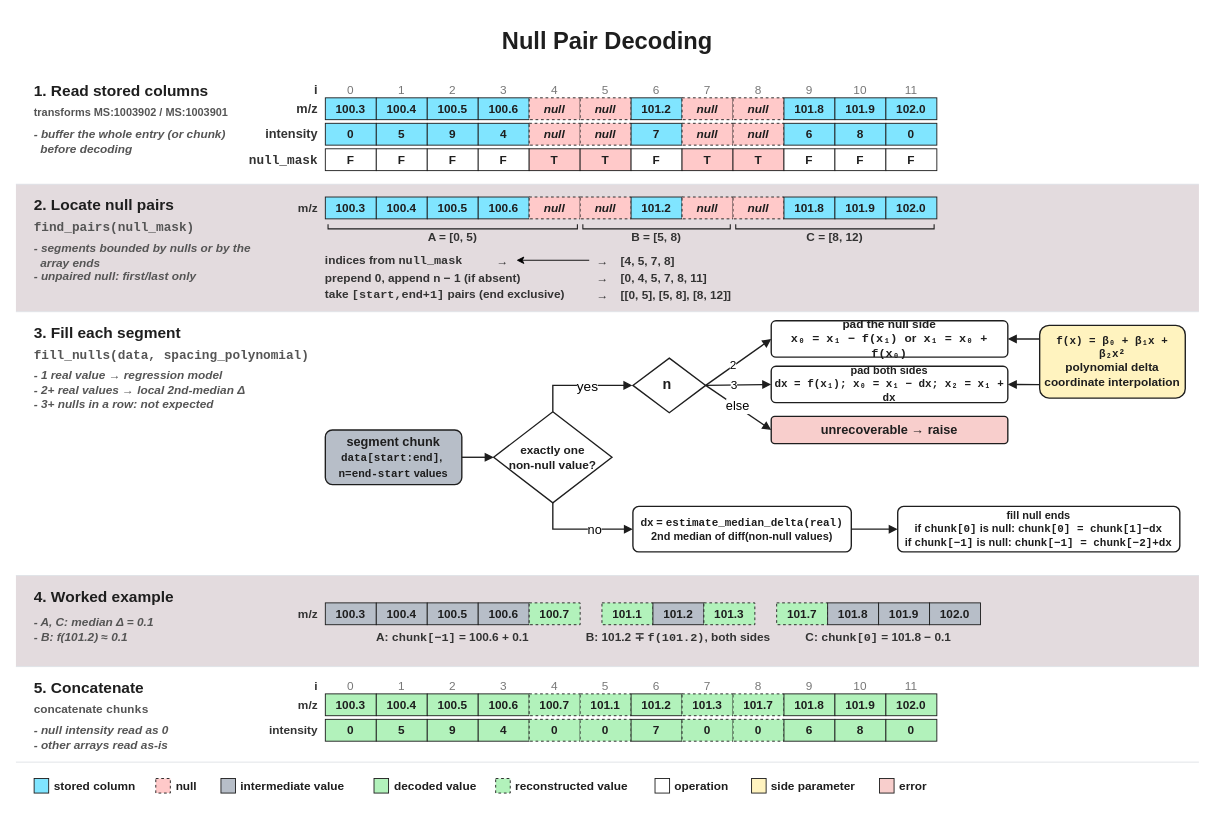
Earlier version of the draw.io diagram docs/assets/img/null_marking_decoding.drawio (HUPO-PSI/mzPeak-specification). Source tidied: cells renumbered, new cells numbered last; positions are measured from the earlier drawing's top-left corner, leaving out a move shared by most shapes. Both pictures are drawn from the tidied source at 91%, with x=0, y=0 at pixel (15, 15).
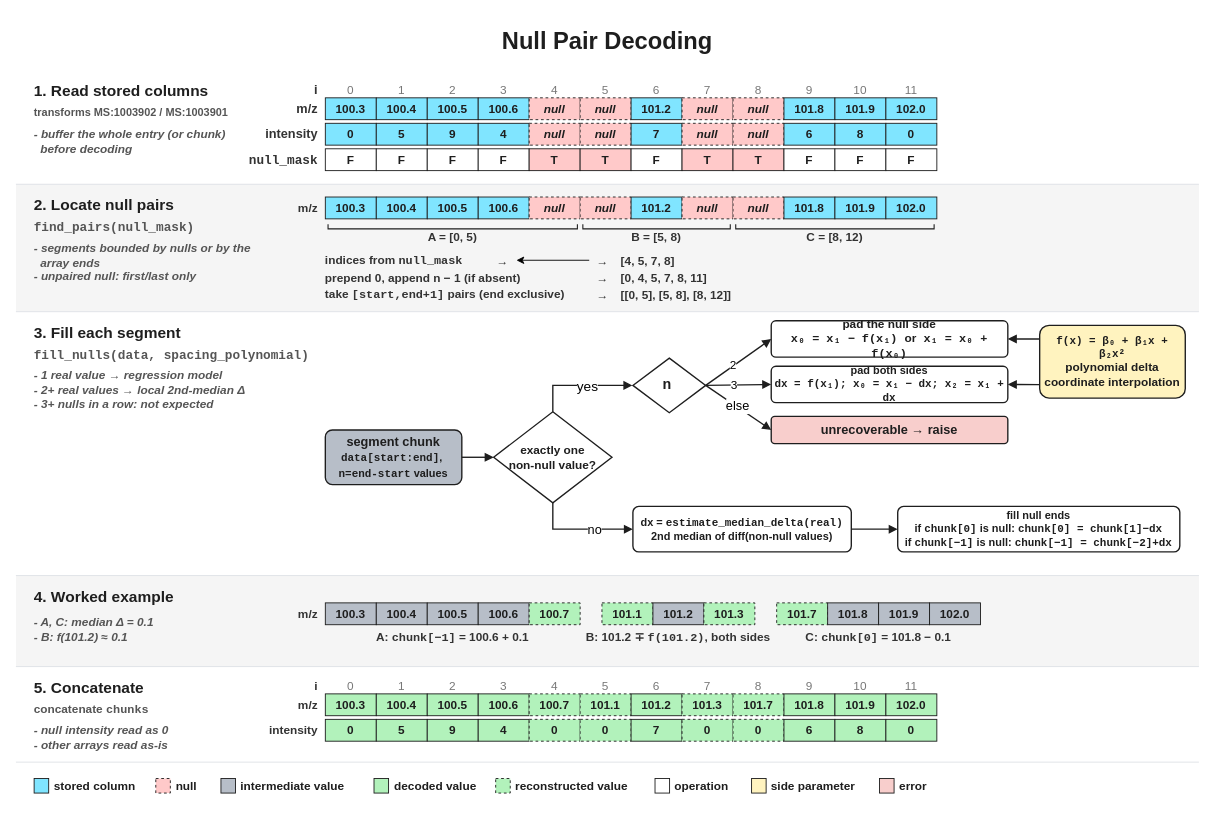
After the change.

The edit, as a diff of the source:
```diff
@@
-    <mxCell id="4" style="rounded=0;whiteSpace=wrap;html=1;fillColor=#e3dbde;strokeColor=none;fontFamily=Helvetica;" parent="1" vertex="1">
+    <mxCell id="4" style="rounded=0;whiteSpace=wrap;html=1;fillColor=#F5F5F5;strokeColor=none;fontFamily=Helvetica;" parent="1" vertex="1">
       <mxGeometry y="185" width="1300" height="140" as="geometry" />
     </mxCell>
@@
-    <mxCell id="6" style="rounded=0;whiteSpace=wrap;html=1;fillColor=#e3dbde;strokeColor=none;fontFamily=Helvetica;" parent="1" vertex="1">
+    <mxCell id="6" style="rounded=0;whiteSpace=wrap;html=1;fillColor=#F5F5F5;strokeColor=none;fontFamily=Helvetica;" parent="1" vertex="1">
       <mxGeometry y="615" width="1300" height="100" as="geometry" />
     </mxCell>
```
